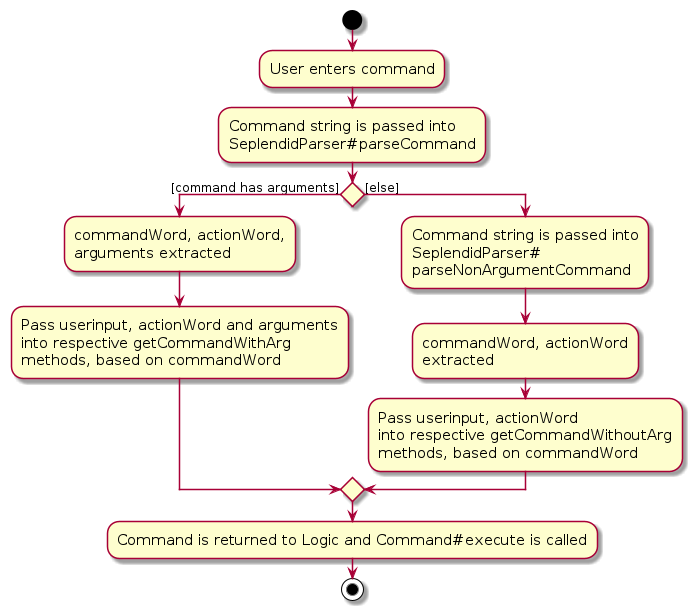
This is diagrams/SeplendidParserActivityDiagram.png from AY2324S1-CS2103T-W10-2/tp, a PlantUML export, as it was before one commit. Its source is kept beside it as diagrams/SeplendidParserActivityDiagram.puml. The source it was exported from:
```plantuml
@startuml
skin rose
skinparam ActivityFontSize 15
skinparam ArrowFontSize 12
start
:User enters command;
:Command string is passed into\nSeplendidParser#parseCommand;
if () then ([command has arguments])
    -commandWord, actionWord,\narguments extracted
    -Pass userinput, actionWord and arguments\ninto respective getCommandWithArg\nmethods, based on commandWord

else ([else])
    -Command string is passed into\nSeplendidParser#\nparseNonArgumentCommand
    -commandWord, actionWord\nextracted
    -Pass userinput, actionWord\ninto respective getCommandWithoutArg\nmethods, based on commandWord
endif
-Command is returned to Logic and Command#execute is called
stop
@enduml
```
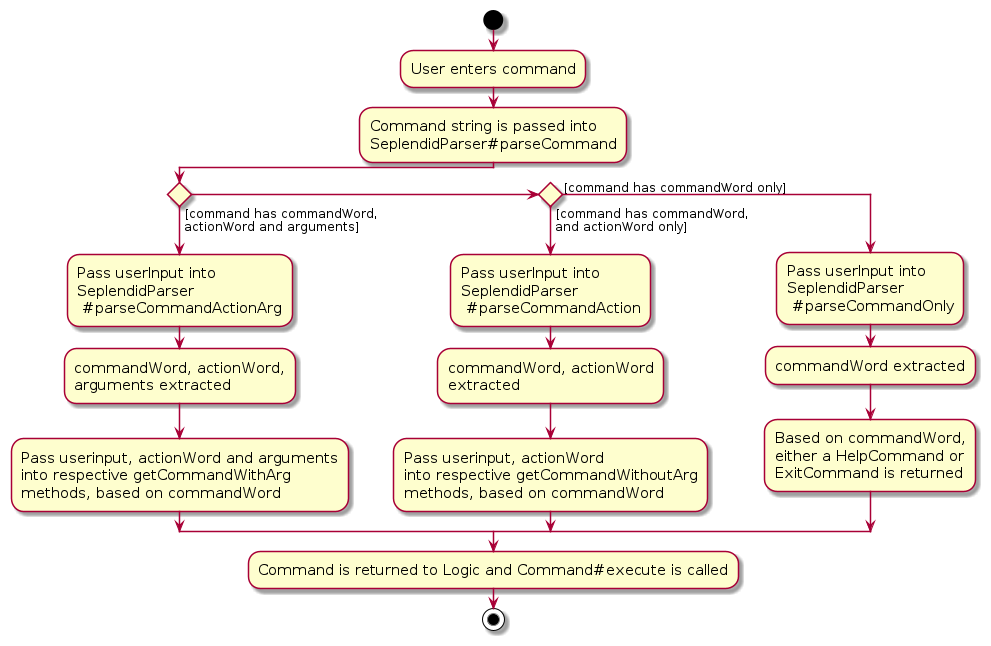
After the change.

What changed in the source:
```diff
@@ -5,14 +5,19 @@
 start
 :User enters command;
 :Command string is passed into\nSeplendidParser#parseCommand;
-if () then ([command has arguments])
+if () then ([command has commandWord,\nactionWord and arguments])
+    -Pass userInput into\nSeplendidParser\n #parseCommandActionArg
     -commandWord, actionWord,\narguments extracted
     -Pass userinput, actionWord and arguments\ninto respective getCommandWithArg\nmethods, based on commandWord
-
-else ([else])
-    -Command string is passed into\nSeplendidParser#\nparseNonArgumentCommand
+elseif () then ([command has commandWord,\nand actionWord only])
+    -Pass userInput into\nSeplendidParser\n #parseCommandAction
     -commandWord, actionWord\nextracted
     -Pass userinput, actionWord\ninto respective getCommandWithoutArg\nmethods, based on commandWord
+else ([command has commandWord only])
+    -Pass userInput into\nSeplendidParser\n #parseCommandOnly
+    -commandWord extracted
+    -Based on commandWord,\neither a HelpCommand or\nExitCommand is returned
+
 endif
 -Command is returned to Logic and Command#execute is called
 stop
```
